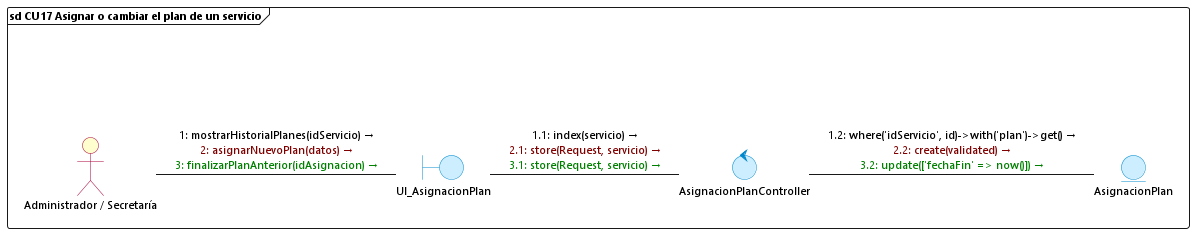
DiogoMars777/TELCOM-2.0 keeps this PlantUML diagram as diagramas/comunicacion/cu17_asignar_cambiar_plan_servicio.png. Above is the earlier version.
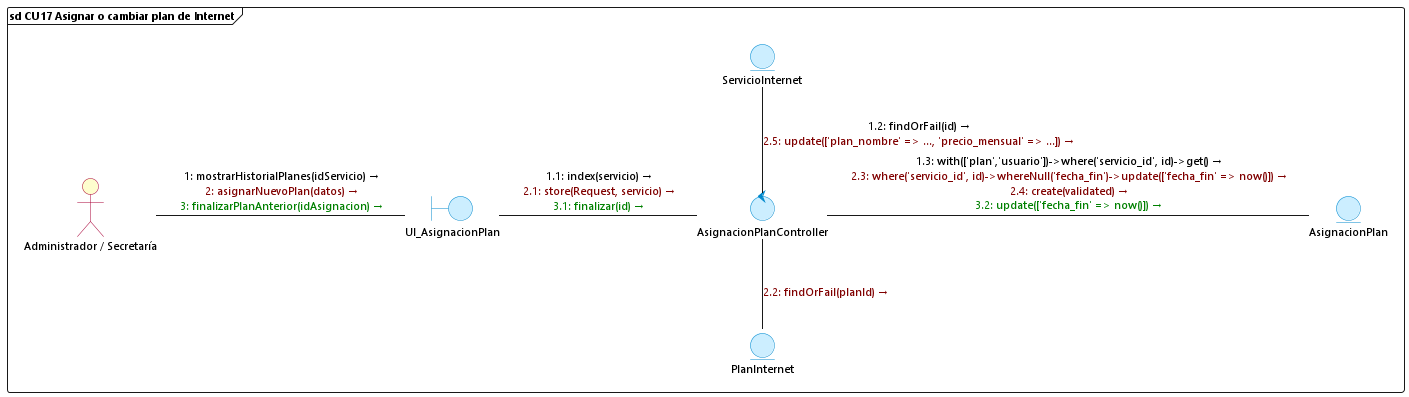
The same diagram one commit later.

Diff of the diagram source:
```diff
@@ -13,19 +13,25 @@
 skinparam entityBackgroundColor #CCEEFF
 skinparam entityBorderColor #0088CC
 
-frame "sd CU17 Asignar o cambiar el plan de un servicio" {
+frame "sd CU17 Asignar o cambiar plan de Internet" {
     () " " as spacer
     actor "Administrador / Secretaría" as Admin
     boundary UI_AsignacionPlan
     control AsignacionPlanController
     entity AsignacionPlan
+    entity ServicioInternet
+    entity PlanInternet
 
     spacer -[hidden]down- Admin
 
     Admin -right- UI_AsignacionPlan : <font color=#000000>1: mostrarHistorialPlanes(idServicio) →</font>\n<font color=#800000>2: asignarNuevoPlan(datos) →</font>\n<font color=#008000>3: finalizarPlanAnterior(idAsignacion) →</font>
 
-    UI_AsignacionPlan -right- AsignacionPlanController : <font color=#000000>1.1: index(servicio) →</font>\n<font color=#800000>2.1: store(Request, servicio) →</font>\n<font color=#008000>3.1: store(Request, servicio) →</font>
+    UI_AsignacionPlan -right- AsignacionPlanController : <font color=#000000>1.1: index(servicio) →</font>\n<font color=#800000>2.1: store(Request, servicio) →</font>\n<font color=#008000>3.1: finalizar(id) →</font>
 
-    AsignacionPlanController -right- AsignacionPlan : <font color=#000000>1.2: where('idServicio', id)->with('plan')->get() →</font>\n<font color=#800000>2.2: create(validated) →</font>\n<font color=#008000>3.2: update(['fechaFin' => now()]) →</font>
+    AsignacionPlanController -right- AsignacionPlan : <font color=#000000>1.3: with(['plan','usuario'])->where('servicio_id', id)->get() →</font>\n<font color=#800000>2.3: where('servicio_id', id)->whereNull('fecha_fin')->update(['fecha_fin' => now()]) →</font>\n<font color=#800000>2.4: create(validated) →</font>\n<font color=#008000>3.2: update(['fecha_fin' => now()]) →</font>
+
+    AsignacionPlanController -up- ServicioInternet : <font color=#000000>1.2: findOrFail(id) →</font>\n<font color=#800000>2.5: update(['plan_nombre' => ..., 'precio_mensual' => ...]) →</font>
+
+    AsignacionPlanController -down- PlanInternet : <font color=#800000>2.2: findOrFail(planId) →</font>
 }
 @enduml
```
